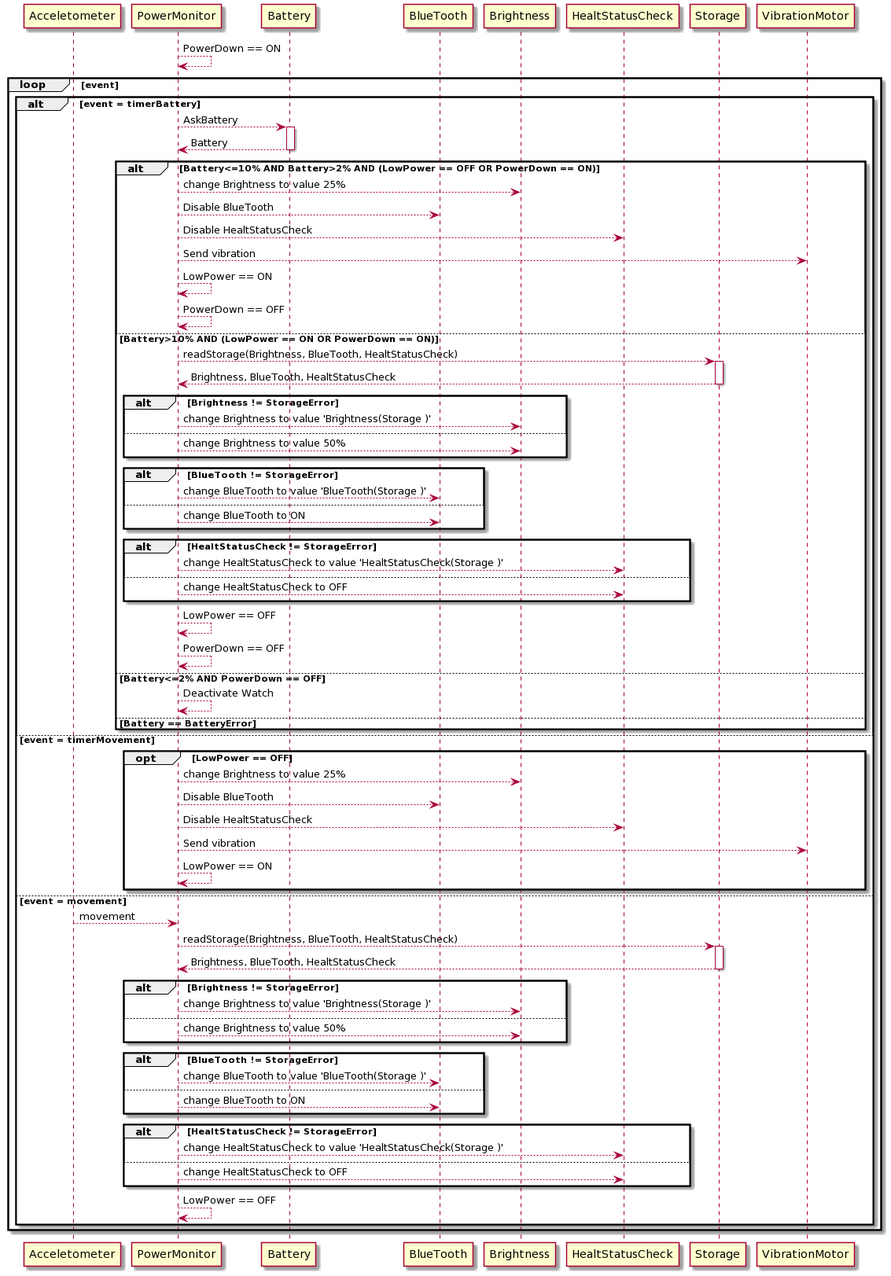
markroche92/sw-eng-smart-watch keeps this PlantUML diagram as uml/sequence_diagrams/Power.png. Above is the earlier version.
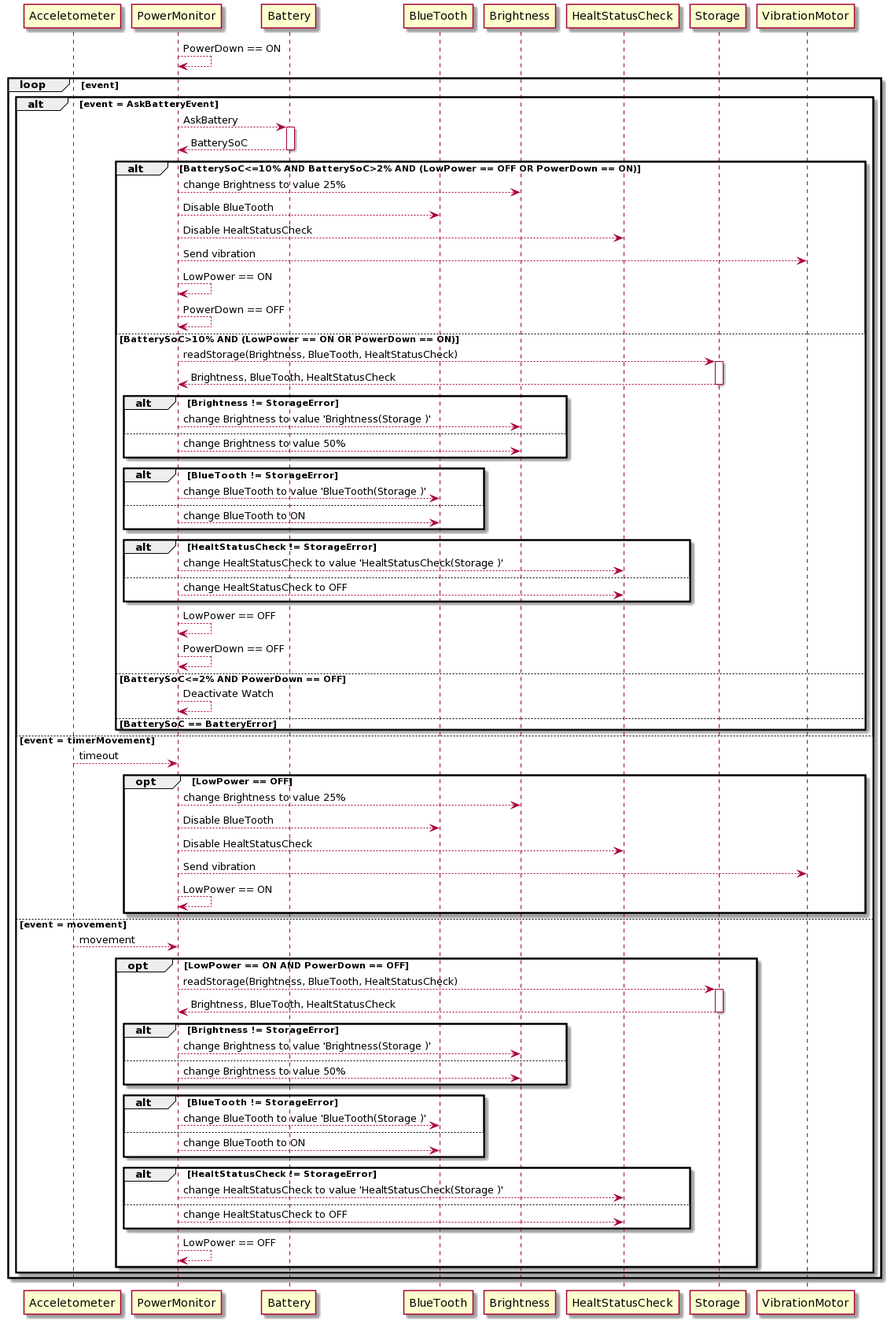
After the commit.

The edit, as a diff of the source:
```diff
@@ -10,19 +10,19 @@
 
 PowerMonitor --> PowerMonitor: PowerDown == ON
 loop event
-Alt event = timerBattery
+Alt event = AskBatteryEvent
 PowerMonitor --> Battery: AskBattery
 Activate Battery
-Battery --> PowerMonitor: Battery
+Battery --> PowerMonitor: BatterySoC
 Deactivate Battery
-alt Battery<=10% AND Battery>2% AND (LowPower == OFF OR PowerDown == ON)
+alt BatterySoC<=10% AND BatterySoC>2% AND (LowPower == OFF OR PowerDown == ON)
   PowerMonitor--> Brightness: change Brightness to value 25%
   PowerMonitor--> BlueTooth: Disable BlueTooth
   PowerMonitor--> HealtStatusCheck: Disable HealtStatusCheck
   PowerMonitor--> VibrationMotor: Send vibration
   PowerMonitor --> PowerMonitor: LowPower == ON
   PowerMonitor --> PowerMonitor: PowerDown == OFF
-else Battery>10% AND (LowPower == ON OR PowerDown == ON)
+else BatterySoC>10% AND (LowPower == ON OR PowerDown == ON)
   PowerMonitor--> Storage: readStorage(Brightness, BlueTooth, HealtStatusCheck)
   Activate Storage
   Storage--> PowerMonitor: Brightness, BlueTooth, HealtStatusCheck
@@ -44,11 +44,12 @@
 end
   PowerMonitor --> PowerMonitor: LowPower == OFF
   PowerMonitor --> PowerMonitor: PowerDown == OFF
-else Battery<=2% AND PowerDown == OFF
+else BatterySoC<=2% AND PowerDown == OFF
   PowerMonitor --> PowerMonitor: Deactivate Watch
-else Battery == BatteryError
+else BatterySoC == BatteryError
 end
 else event = timerMovement
+  Acceletometer --> PowerMonitor: timeout
 opt LowPower == OFF
   PowerMonitor --> Brightness: change Brightness to value 25%
   PowerMonitor--> BlueTooth: Disable BlueTooth
@@ -58,6 +59,7 @@
 end
 else event = movement
   Acceletometer --> PowerMonitor: movement
+opt LowPower == ON AND PowerDown == OFF
   PowerMonitor--> Storage: readStorage(Brightness, BlueTooth, HealtStatusCheck)
   Activate Storage
   Storage--> PowerMonitor: Brightness, BlueTooth, HealtStatusCheck
@@ -80,4 +82,5 @@
   PowerMonitor --> PowerMonitor: LowPower == OFF
 end
 end
+end
 @enduml
```
